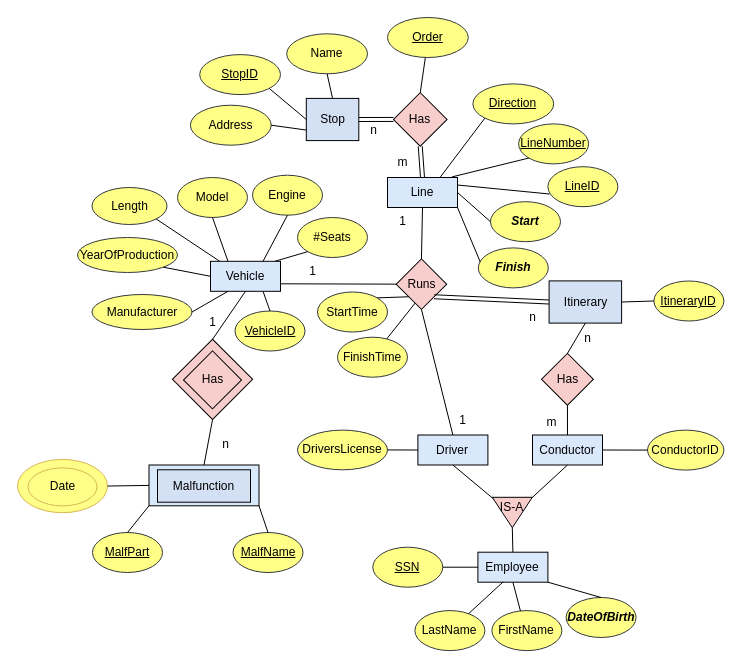
Above: Untitled Diagram.drawio in kotsos2000/kotsos2000 (draw.io), before the change. Source tidied: cells renumbered, new cells numbered last; positions are measured from the earlier drawing's top-left corner, leaving out a move shared by most shapes. Both pictures are drawn from the tidied source at 100%, with x=0, y=0 at pixel (17, 17).
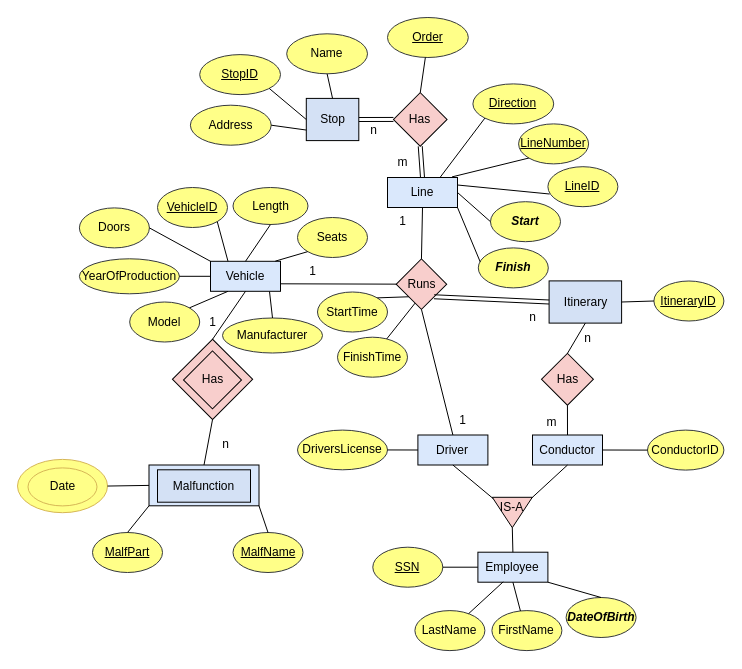
Above is the later version.

The change refers to these unchanged cells:
```xml
<mxCell id="5" value="&lt;div&gt;Vehicle&lt;/div&gt;" style="rounded=0;whiteSpace=wrap;html=1;fillColor=#dae8fc;strokeColor=default;" parent="1" vertex="1">
  <mxGeometry x="193" y="243.8" width="70" height="30" as="geometry" />
</mxCell>
```

What changed in the source:
```diff
@@
     <mxCell id="24" value="&lt;u&gt;VehicleID&lt;/u&gt;" style="ellipse;whiteSpace=wrap;html=1;fillColor=#ffff88;strokeColor=#36393d;" parent="1" vertex="1">
-      <mxGeometry x="217.5" y="293.5" width="70" height="40" as="geometry" />
+      <mxGeometry x="140" y="170" width="70" height="40" as="geometry" />
     </mxCell>
-    <mxCell id="25" style="endArrow=none;html=1;rounded=0;exitX=0.5;exitY=0;exitDx=0;exitDy=0;entryX=0.75;entryY=1;entryDx=0;entryDy=0;" parent="1" edge="1" source="24" target="5">
+    <mxCell id="25" style="endArrow=none;html=1;rounded=0;exitX=1;exitY=1;exitDx=0;exitDy=0;entryX=0.25;entryY=0;entryDx=0;entryDy=0;" parent="1" edge="1" source="24" target="5">
       <mxGeometry relative="1" as="geometry" />
     </mxCell>
-    <mxCell id="26" value="Engine" style="ellipse;whiteSpace=wrap;html=1;fillColor=#ffff88;strokeColor=#36393d;" parent="1" vertex="1">
-      <mxGeometry x="235" y="157.7" width="70" height="40" as="geometry" />
+    <mxCell id="26" value="Doors" style="ellipse;whiteSpace=wrap;html=1;fillColor=#ffff88;strokeColor=#36393d;" parent="1" vertex="1">
+      <mxGeometry x="61.9" y="190.4" width="70" height="40" as="geometry" />
     </mxCell>
-    <mxCell id="27" style="endArrow=none;html=1;rounded=0;exitX=0.5;exitY=1;exitDx=0;exitDy=0;entryX=0.75;entryY=0;entryDx=0;entryDy=0;" parent="1" edge="1" source="26" target="5">
+    <mxCell id="27" style="endArrow=none;html=1;rounded=0;exitX=1;exitY=0.5;exitDx=0;exitDy=0;entryX=0;entryY=0;entryDx=0;entryDy=0;" parent="1" edge="1" source="26" target="5">
       <mxGeometry relative="1" as="geometry" />
     </mxCell>
     <mxCell id="28" value="YearOfProduction" style="ellipse;whiteSpace=wrap;html=1;fillColor=#ffff88;strokeColor=#36393d;" parent="1" vertex="1">
-      <mxGeometry x="60" y="220" width="100" height="35" as="geometry" />
+      <mxGeometry x="61.9" y="241.3" width="100" height="35" as="geometry" />
     </mxCell>
-    <mxCell id="29" style="endArrow=none;html=1;rounded=0;entryX=0;entryY=0.5;entryDx=0;entryDy=0;exitX=1;exitY=1;exitDx=0;exitDy=0;" parent="1" edge="1" source="28" target="5">
+    <mxCell id="29" style="endArrow=none;html=1;rounded=0;entryX=0;entryY=0.5;entryDx=0;entryDy=0;exitX=1;exitY=0.5;exitDx=0;exitDy=0;" parent="1" edge="1" source="28" target="5">
       <mxGeometry relative="1" as="geometry" />
     </mxCell>
     <mxCell id="30" value="Length" style="ellipse;whiteSpace=wrap;html=1;fillColor=#ffff88;strokeColor=#36393d;" parent="1" vertex="1">
-      <mxGeometry x="74.5" y="170" width="75" height="37" as="geometry" />
+      <mxGeometry x="215.5" y="170" width="75" height="37" as="geometry" />
     </mxCell>
-    <mxCell id="31" style="endArrow=none;html=1;rounded=0;entryX=0.129;entryY=-0.005;entryDx=0;entryDy=0;exitX=1;exitY=1;exitDx=0;exitDy=0;entryPerimeter=0;" parent="1" edge="1" source="30" target="5">
+    <mxCell id="31" style="endArrow=none;html=1;rounded=0;entryX=0.5;entryY=0;entryDx=0;entryDy=0;exitX=0.5;exitY=1;exitDx=0;exitDy=0;" parent="1" edge="1" source="30" target="5">
       <mxGeometry relative="1" as="geometry" />
     </mxCell>
-    <mxCell id="32" value="#Seats" style="ellipse;whiteSpace=wrap;html=1;fillColor=#ffff88;strokeColor=#36393d;" parent="1" vertex="1">
+    <mxCell id="32" value="Seats" style="ellipse;whiteSpace=wrap;html=1;fillColor=#ffff88;strokeColor=#36393d;" parent="1" vertex="1">
       <mxGeometry x="280" y="200" width="70" height="40" as="geometry" />
     </mxCell>
@@
     <mxCell id="34" value="Model" style="ellipse;whiteSpace=wrap;html=1;fillColor=#ffff88;strokeColor=#36393d;" parent="1" vertex="1">
-      <mxGeometry x="160" y="160" width="70" height="40" as="geometry" />
+      <mxGeometry x="112.2" y="284.5" width="70" height="40" as="geometry" />
     </mxCell>
-    <mxCell id="35" style="endArrow=none;html=1;rounded=0;exitX=0.5;exitY=1;exitDx=0;exitDy=0;entryX=0.25;entryY=0;entryDx=0;entryDy=0;" parent="1" edge="1" source="34" target="5">
+    <mxCell id="35" style="endArrow=none;html=1;rounded=0;exitX=1;exitY=0;exitDx=0;exitDy=0;entryX=0.25;entryY=1;entryDx=0;entryDy=0;" parent="1" edge="1" source="34" target="5">
       <mxGeometry relative="1" as="geometry" />
     </mxCell>
@@
     <mxCell id="69" value="Manufacturer" style="ellipse;whiteSpace=wrap;html=1;fillColor=#ffff88;strokeColor=#36393d;" parent="1" vertex="1">
-      <mxGeometry x="74.5" y="277" width="100" height="35" as="geometry" />
+      <mxGeometry x="205" y="300.5" width="100" height="35" as="geometry" />
     </mxCell>
-    <mxCell id="70" style="endArrow=none;html=1;rounded=0;exitX=1;exitY=0.5;exitDx=0;exitDy=0;entryX=0.25;entryY=1;entryDx=0;entryDy=0;" parent="1" edge="1" source="69" target="5">
+    <mxCell id="70" style="endArrow=none;html=1;rounded=0;exitX=0.5;exitY=0;exitDx=0;exitDy=0;entryX=0.843;entryY=1.006;entryDx=0;entryDy=0;entryPerimeter=0;" parent="1" edge="1" source="69" target="5">
       <mxGeometry relative="1" as="geometry" />
     </mxCell>
```
